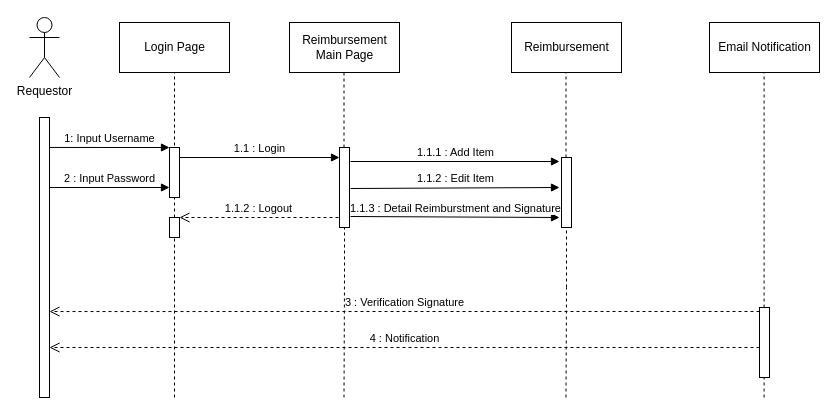
raflialkindhi/graph-save keeps this draw.io diagram as rpl1.drawio. Above is the earlier version. Source tidied: cells renumbered, new cells numbered last; positions are measured from the earlier drawing's top-left corner, leaving out a move shared by most shapes. Both pictures are drawn from the tidied source at 100%, with x=0, y=0 at pixel (29, 17).
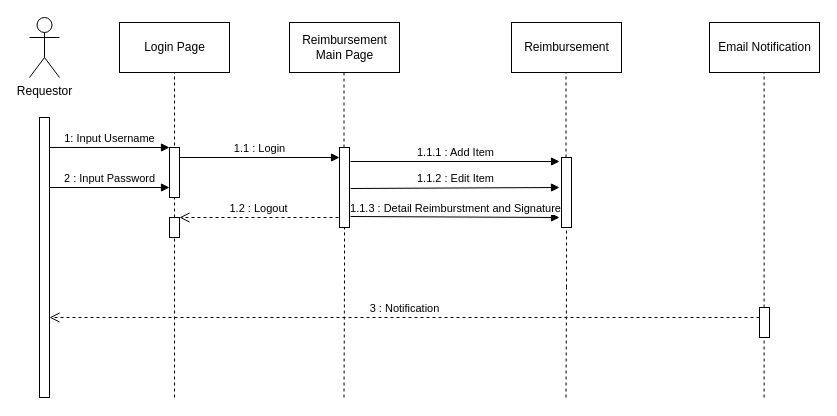
After the change.

The change refers to these unchanged cells:
```xml
<mxCell id="2" style="html=1;points=[];perimeter=orthogonalPerimeter;" parent="1" vertex="1">
  <mxGeometry x="10" y="100" width="10" height="280" as="geometry" />
</mxCell>
<mxCell id="12" style="html=1;points=[];perimeter=orthogonalPerimeter;" parent="1" vertex="1">
  <mxGeometry x="310" y="130" width="10" height="80" as="geometry" />
</mxCell>
```

What changed in the source:
```diff
@@
-    <mxCell id="15" value="&lt;div&gt;1.1.2 : Logout&lt;/div&gt;" style="html=1;verticalAlign=bottom;endArrow=open;dashed=1;endSize=8;rounded=0;exitX=-0.1;exitY=0.875;exitDx=0;exitDy=0;exitPerimeter=0;" parent="1" edge="1" source="12">
+    <mxCell id="15" value="&lt;div&gt;1.2 : Logout&lt;/div&gt;" style="html=1;verticalAlign=bottom;endArrow=open;dashed=1;endSize=8;rounded=0;exitX=-0.1;exitY=0.875;exitDx=0;exitDy=0;exitPerimeter=0;" parent="1" edge="1" source="12">
       <mxGeometry relative="1" as="geometry">
         <mxPoint x="150" y="200" as="targetPoint" />
       </mxGeometry>
     </mxCell>
@@
     <mxCell id="27" style="html=1;perimeter=orthogonalPerimeter;" parent="1" vertex="1">
-      <mxGeometry x="730" y="290" width="10" height="70" as="geometry" />
+      <mxGeometry x="730" y="290" width="10" height="30" as="geometry" />
     </mxCell>
-    <mxCell id="28" value="3 : Verification Signature" style="html=1;verticalAlign=bottom;endArrow=open;dashed=1;endSize=8;rounded=0;entryX=1;entryY=0.693;entryDx=0;entryDy=0;entryPerimeter=0;" parent="1" edge="1" target="2">
-      <mxGeometry relative="1" as="geometry">
-        <mxPoint x="730" y="294" as="sourcePoint" />
-      </mxGeometry>
-    </mxCell>
-    <mxCell id="29" value="4 : Notification" style="html=1;verticalAlign=bottom;endArrow=open;dashed=1;endSize=8;rounded=0;entryX=1;entryY=0.693;entryDx=0;entryDy=0;entryPerimeter=0;" parent="1" edge="1">
+    <mxCell id="29" value="3 : Notification" style="html=1;verticalAlign=bottom;endArrow=open;dashed=1;endSize=8;rounded=0;entryX=1;entryY=0.693;entryDx=0;entryDy=0;entryPerimeter=0;" parent="1" edge="1">
       <mxGeometry relative="1" as="geometry">
-        <mxPoint x="730" y="330" as="sourcePoint" />
-        <mxPoint x="20" y="330" as="targetPoint" />
+        <mxPoint x="730" y="300" as="sourcePoint" />
+        <mxPoint x="20" y="300" as="targetPoint" />
       </mxGeometry>
     </mxCell>
```
